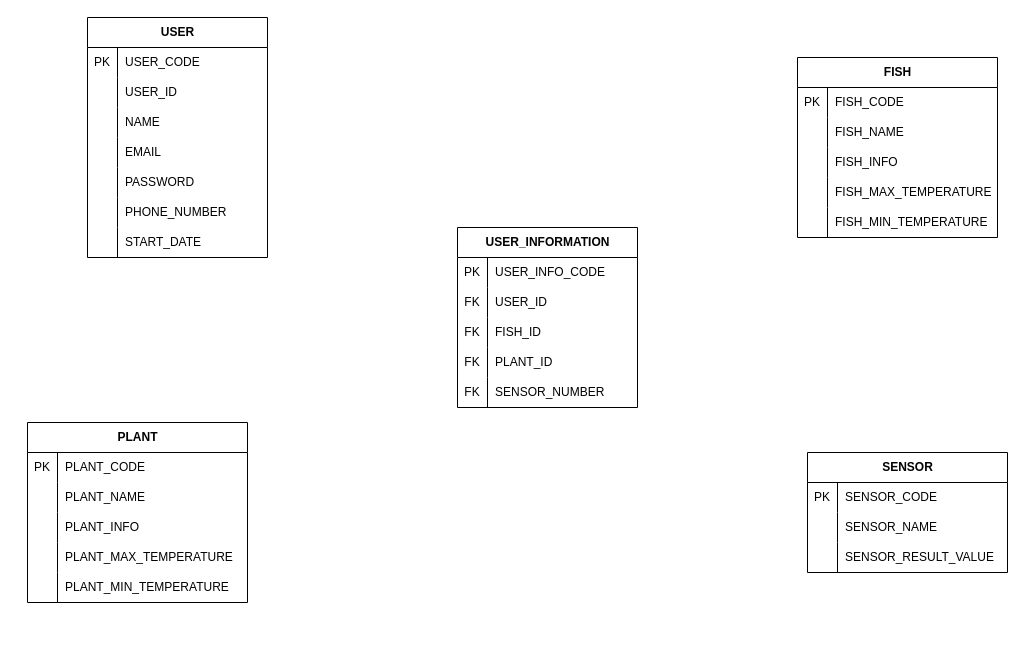
Earlier version of the draw.io diagram 제목 없는 다이어그램.drawio (hayarobyjy/JY_Code). Source tidied: cells renumbered, new cells numbered last; positions are measured from the earlier drawing's top-left corner, leaving out a move shared by most shapes. Both pictures are drawn from the tidied source at 100%, with x=0, y=0 at pixel (27, 17).
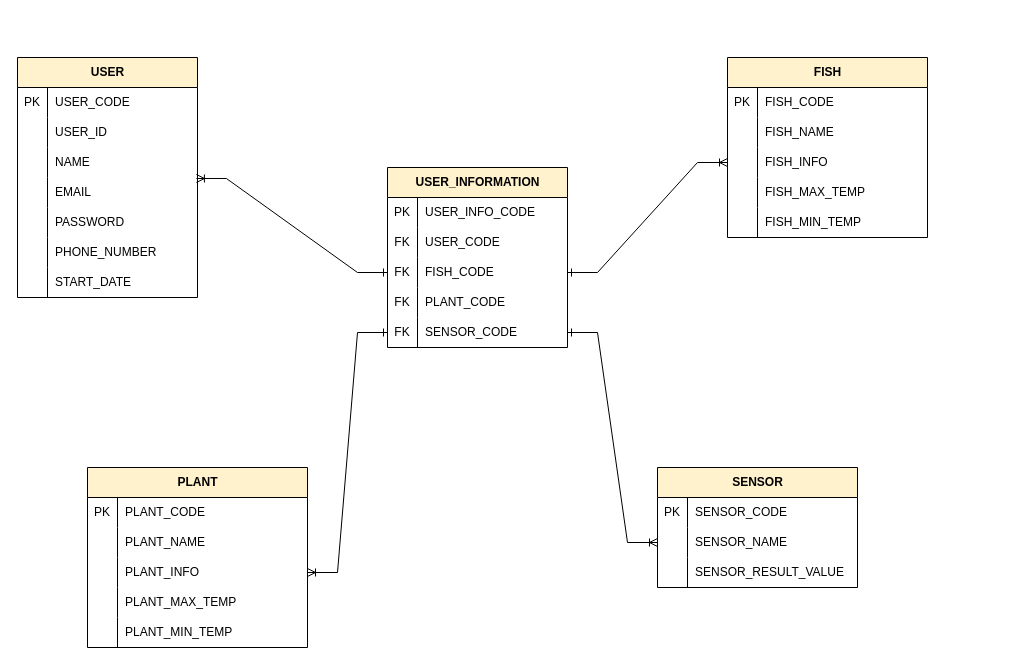
The same diagram, later.

Commit message (it also covers changes not shown here):
제목 없는 다이어그램.drawio 업데이트

Unchanged cells that the change refers to:
```xml
<mxCell id="12" style="shape=tableRow;horizontal=0;startSize=0;swimlaneHead=0;swimlaneBody=0;fillColor=none;points=[[0,0.5],[1,0.5]];portConstraint=eastwest;top=0;left=0;right=0;bottom=0;" parent="2" vertex="1">
  <mxGeometry y="120" width="180" height="30" as="geometry" />
</mxCell>
<mxCell id="31" style="shape=tableRow;horizontal=0;startSize=0;swimlaneHead=0;swimlaneBody=0;fillColor=none;points=[[0,0.5],[1,0.5]];portConstraint=eastwest;top=0;left=0;right=0;bottom=0;" parent="24" vertex="1">
  <mxGeometry y="90" width="220" height="30" as="geometry" />
</mxCell>
<mxCell id="34" style="shape=tableRow;horizontal=0;startSize=0;swimlaneHead=0;swimlaneBody=0;fillColor=none;top=0;left=0;right=0;bottom=0;" parent="24" vertex="1">
  <mxGeometry y="120" width="220" height="30" as="geometry" />
</mxCell>
<mxCell id="37" style="shape=tableRow;horizontal=0;startSize=0;swimlaneHead=0;swimlaneBody=0;fillColor=none;top=0;left=0;right=0;bottom=0;" parent="24" vertex="1">
  <mxGeometry y="150" width="220" height="30" as="geometry" />
</mxCell>
<mxCell id="47" style="shape=tableRow;horizontal=0;startSize=0;swimlaneHead=0;swimlaneBody=0;fillColor=none;points=[[0,0.5],[1,0.5]];portConstraint=eastwest;top=0;left=0;right=0;bottom=0;" parent="40" vertex="1">
  <mxGeometry y="90" width="200" height="30" as="geometry" />
</mxCell>
<mxCell id="50" style="shape=tableRow;horizontal=0;startSize=0;swimlaneHead=0;swimlaneBody=0;fillColor=none;top=0;left=0;right=0;bottom=0;" parent="40" vertex="1">
  <mxGeometry y="120" width="200" height="30" as="geometry" />
</mxCell>
<mxCell id="53" style="shape=tableRow;horizontal=0;startSize=0;swimlaneHead=0;swimlaneBody=0;fillColor=none;top=0;left=0;right=0;bottom=0;" parent="40" vertex="1">
  <mxGeometry y="150" width="200" height="30" as="geometry" />
</mxCell>
<mxCell id="60" style="shape=tableRow;horizontal=0;startSize=0;swimlaneHead=0;swimlaneBody=0;fillColor=none;points=[[0,0.5],[1,0.5]];portConstraint=eastwest;top=0;left=0;right=0;bottom=0;strokeColor=default;" parent="56" vertex="1">
  <mxGeometry y="60" width="200" height="30" as="geometry" />
</mxCell>
<mxCell id="70" style="shape=tableRow;horizontal=0;startSize=0;swimlaneHead=0;swimlaneBody=0;fillColor=none;top=0;left=0;right=0;bottom=0;strokeColor=default;" parent="66" vertex="1">
  <mxGeometry y="60" width="180" height="30" as="geometry" />
</mxCell>
<mxCell id="73" style="shape=tableRow;horizontal=0;startSize=0;swimlaneHead=0;swimlaneBody=0;fillColor=none;points=[[0,0.5],[1,0.5]];portConstraint=eastwest;top=0;left=0;right=0;bottom=0;strokeColor=default;" parent="66" vertex="1">
  <mxGeometry y="90" width="180" height="30" as="geometry" />
</mxCell>
<mxCell id="76" style="shape=tableRow;horizontal=0;startSize=0;swimlaneHead=0;swimlaneBody=0;fillColor=none;top=0;left=0;right=0;bottom=0;strokeColor=default;" parent="66" vertex="1">
  <mxGeometry y="120" width="180" height="30" as="geometry" />
</mxCell>
<mxCell id="79" style="shape=tableRow;horizontal=0;startSize=0;swimlaneHead=0;swimlaneBody=0;fillColor=none;points=[[0,0.5],[1,0.5]];portConstraint=eastwest;top=0;left=0;right=0;bottom=0;" parent="66" vertex="1">
  <mxGeometry y="150" width="180" height="30" as="geometry" />
</mxCell>
```

What changed in the source:
```diff
@@
-    <mxCell id="2" value="USER" style="shape=table;startSize=30;childLayout=tableLayout;rowLines=0;fontStyle=1;align=center;html=1;" parent="1" vertex="1">
-      <mxGeometry x="60" width="180" height="240" as="geometry" />
+    <mxCell id="2" value="USER" style="shape=table;startSize=30;childLayout=tableLayout;rowLines=0;fontStyle=1;align=center;html=1;fillColor=#fff2cc;strokeColor=#000000;" parent="1" vertex="1">
+      <mxGeometry x="-10" y="40" width="180" height="240" as="geometry" />
     </mxCell>
@@
-    <mxCell id="24" value="PLANT" style="shape=table;startSize=30;childLayout=tableLayout;rowLines=0;fontStyle=1;align=center;html=1;strokeColor=default;verticalAlign=middle;strokeWidth=1;swimlaneLine=1;rounded=0;" parent="1" vertex="1">
-      <mxGeometry y="405" width="220" height="180" as="geometry" />
+    <mxCell id="24" value="PLANT" style="shape=table;startSize=30;childLayout=tableLayout;rowLines=0;fontStyle=1;align=center;html=1;strokeColor=#000000;verticalAlign=middle;strokeWidth=1;swimlaneLine=1;rounded=0;fillColor=#fff2cc;" parent="1" vertex="1">
+      <mxGeometry x="60" y="450" width="220" height="180" as="geometry" />
     </mxCell>
@@
-    <mxCell id="36" value="PLANT_MAX_TEMPERATURE" style="shape=partialRectangle;fillColor=none;top=0;left=0;bottom=0;right=0;align=left;spacingLeft=6;overflow=hidden;whiteSpace=wrap;html=1;" parent="34" vertex="1">
+    <mxCell id="36" value="PLANT_MAX_TEMP" style="shape=partialRectangle;fillColor=none;top=0;left=0;bottom=0;right=0;align=left;spacingLeft=6;overflow=hidden;whiteSpace=wrap;html=1;" parent="34" vertex="1">
       <mxGeometry x="30" width="190" height="30" as="geometry" />
     </mxCell>
@@
-    <mxCell id="39" value="PLANT_MIN_TEMPERATURE" style="shape=partialRectangle;fillColor=none;top=0;left=0;bottom=0;right=0;align=left;spacingLeft=6;overflow=hidden;whiteSpace=wrap;html=1;" parent="37" vertex="1">
+    <mxCell id="39" value="PLANT_MIN_TEMP" style="shape=partialRectangle;fillColor=none;top=0;left=0;bottom=0;right=0;align=left;spacingLeft=6;overflow=hidden;whiteSpace=wrap;html=1;" parent="37" vertex="1">
       <mxGeometry x="30" width="190" height="30" as="geometry" />
     </mxCell>
-    <mxCell id="40" value="FISH" style="shape=table;startSize=30;childLayout=tableLayout;rowLines=0;fontStyle=1;align=center;html=1;strokeColor=default;verticalAlign=middle;strokeWidth=1;swimlaneLine=1;rounded=0;" parent="1" vertex="1">
-      <mxGeometry x="770" y="40" width="200" height="180" as="geometry" />
+    <mxCell id="40" value="FISH" style="shape=table;startSize=30;childLayout=tableLayout;rowLines=0;fontStyle=1;align=center;html=1;strokeColor=#000000;verticalAlign=middle;strokeWidth=1;swimlaneLine=1;rounded=0;fillColor=#fff2cc;" parent="1" vertex="1">
+      <mxGeometry x="700" y="40" width="200" height="180" as="geometry" />
     </mxCell>
@@
-    <mxCell id="52" value="FISH_MAX_TEMPERATURE" style="shape=partialRectangle;fillColor=none;top=0;left=0;bottom=0;right=0;align=left;spacingLeft=6;overflow=hidden;whiteSpace=wrap;html=1;" parent="50" vertex="1">
+    <mxCell id="52" value="FISH_MAX_TEMP" style="shape=partialRectangle;fillColor=none;top=0;left=0;bottom=0;right=0;align=left;spacingLeft=6;overflow=hidden;whiteSpace=wrap;html=1;" parent="50" vertex="1">
       <mxGeometry x="30" width="170" height="30" as="geometry" />
     </mxCell>
@@
-    <mxCell id="55" value="FISH_MIN_TEMPERATURE" style="shape=partialRectangle;fillColor=none;top=0;left=0;bottom=0;right=0;align=left;spacingLeft=6;overflow=hidden;whiteSpace=wrap;html=1;" parent="53" vertex="1">
+    <mxCell id="55" value="FISH_MIN_TEMP" style="shape=partialRectangle;fillColor=none;top=0;left=0;bottom=0;right=0;align=left;spacingLeft=6;overflow=hidden;whiteSpace=wrap;html=1;" parent="53" vertex="1">
       <mxGeometry x="30" width="170" height="30" as="geometry" />
     </mxCell>
-    <mxCell id="56" value="SENSOR" style="shape=table;startSize=30;childLayout=tableLayout;rowLines=0;fontStyle=1;align=center;html=1;strokeColor=default;verticalAlign=middle;strokeWidth=1;swimlaneLine=1;rounded=0;" parent="1" vertex="1">
-      <mxGeometry x="780" y="435" width="200" height="120" as="geometry" />
+    <mxCell id="56" value="SENSOR" style="shape=table;startSize=30;childLayout=tableLayout;rowLines=0;fontStyle=1;align=center;html=1;strokeColor=#000000;verticalAlign=middle;strokeWidth=1;swimlaneLine=1;rounded=0;fillColor=#fff2cc;" parent="1" vertex="1">
+      <mxGeometry x="630" y="450" width="200" height="120" as="geometry" />
     </mxCell>
@@
-    <mxCell id="66" value="USER_INFORMATION" style="shape=table;startSize=30;childLayout=tableLayout;rowLines=0;fontStyle=1;align=center;html=1;strokeColor=default;verticalAlign=middle;strokeWidth=1;swimlaneLine=1;rounded=0;" parent="1" vertex="1">
-      <mxGeometry x="430" y="210" width="180" height="180" as="geometry" />
+    <mxCell id="66" value="USER_INFORMATION" style="shape=table;startSize=30;childLayout=tableLayout;rowLines=0;fontStyle=1;align=center;html=1;strokeColor=#000000;verticalAlign=middle;strokeWidth=1;swimlaneLine=1;rounded=0;fillColor=#fff2cc;swimlaneFillColor=default;" parent="1" vertex="1">
+      <mxGeometry x="360" y="150" width="180" height="180" as="geometry" />
     </mxCell>
@@
-    <mxCell id="72" value="USER_ID" style="shape=partialRectangle;fillColor=none;top=0;left=0;bottom=0;right=0;align=left;spacingLeft=6;overflow=hidden;whiteSpace=wrap;html=1;" parent="70" vertex="1">
+    <mxCell id="72" value="USER_CODE" style="shape=partialRectangle;fillColor=none;top=0;left=0;bottom=0;right=0;align=left;spacingLeft=6;overflow=hidden;whiteSpace=wrap;html=1;" parent="70" vertex="1">
       <mxGeometry x="30" width="150" height="30" as="geometry" />
     </mxCell>
@@
-    <mxCell id="75" value="FISH_ID" style="shape=partialRectangle;fillColor=none;top=0;left=0;bottom=0;right=0;align=left;spacingLeft=6;overflow=hidden;whiteSpace=wrap;html=1;" parent="73" vertex="1">
+    <mxCell id="75" value="FISH_CODE" style="shape=partialRectangle;fillColor=none;top=0;left=0;bottom=0;right=0;align=left;spacingLeft=6;overflow=hidden;whiteSpace=wrap;html=1;" parent="73" vertex="1">
       <mxGeometry x="30" width="150" height="30" as="geometry" />
     </mxCell>
@@
-    <mxCell id="78" value="PLANT_ID" style="shape=partialRectangle;fillColor=none;top=0;left=0;bottom=0;right=0;align=left;spacingLeft=6;overflow=hidden;whiteSpace=wrap;html=1;" parent="76" vertex="1">
+    <mxCell id="78" value="PLANT_CODE" style="shape=partialRectangle;fillColor=none;top=0;left=0;bottom=0;right=0;align=left;spacingLeft=6;overflow=hidden;whiteSpace=wrap;html=1;" parent="76" vertex="1">
       <mxGeometry x="30" width="150" height="30" as="geometry" />
     </mxCell>
@@
-    <mxCell id="81" value="SENSOR_NUMBER" style="shape=partialRectangle;fillColor=none;top=0;left=0;bottom=0;right=0;align=left;spacingLeft=6;overflow=hidden;whiteSpace=wrap;html=1;" parent="79" vertex="1">
+    <mxCell id="81" value="SENSOR_CODE" style="shape=partialRectangle;fillColor=none;top=0;left=0;bottom=0;right=0;align=left;spacingLeft=6;overflow=hidden;whiteSpace=wrap;html=1;" parent="79" vertex="1">
       <mxGeometry x="30" width="150" height="30" as="geometry" />
     </mxCell>
+    <mxCell id="82" style="edgeStyle=entityRelationEdgeStyle;fontSize=12;html=1;endArrow=ERoneToMany;rounded=0;entryX=0.994;entryY=0.033;entryDx=0;entryDy=0;entryPerimeter=0;exitX=0;exitY=0.5;exitDx=0;exitDy=0;startArrow=ERone;startFill=0;" parent="1" edge="1" source="73" target="12">
+      <mxGeometry relative="1" as="geometry" />
+    </mxCell>
+    <mxCell id="83" style="edgeStyle=entityRelationEdgeStyle;fontSize=12;html=1;endArrow=ERoneToMany;rounded=0;entryX=1;entryY=0.5;entryDx=0;entryDy=0;startArrow=ERone;startFill=0;exitX=0;exitY=0.5;exitDx=0;exitDy=0;" parent="1" edge="1" source="79" target="31">
+      <mxGeometry relative="1" as="geometry">
+        <Array as="points">
+          <mxPoint x="378" y="443.2" />
+          <mxPoint x="554" y="563.2" />
+          <mxPoint x="548" y="473.2" />
+          <mxPoint x="538" y="493.2" />
+        </Array>
+      </mxGeometry>
+    </mxCell>
+    <mxCell id="84" style="edgeStyle=entityRelationEdgeStyle;fontSize=12;html=1;endArrow=ERoneToMany;rounded=0;entryX=0;entryY=0.5;entryDx=0;entryDy=0;startArrow=ERone;startFill=0;exitX=1;exitY=0.5;exitDx=0;exitDy=0;" parent="1" edge="1" source="73" target="47">
+      <mxGeometry relative="1" as="geometry">
+        <Array as="points">
+          <mxPoint x="678" y="68.2" />
+          <mxPoint x="854" y="188.2" />
+          <mxPoint x="848" y="98.2" />
+          <mxPoint x="838" y="118.2" />
+        </Array>
+      </mxGeometry>
+    </mxCell>
+    <mxCell id="85" style="edgeStyle=entityRelationEdgeStyle;fontSize=12;html=1;endArrow=ERoneToMany;rounded=0;entryX=0;entryY=0.5;entryDx=0;entryDy=0;startArrow=ERone;startFill=0;exitX=1;exitY=0.5;exitDx=0;exitDy=0;" parent="1" edge="1" source="79" target="60">
+      <mxGeometry relative="1" as="geometry">
+        <Array as="points">
+          <mxPoint x="1048" y="338.2" />
+          <mxPoint x="1224" y="458.2" />
+          <mxPoint x="1218" y="368.2" />
+          <mxPoint x="1208" y="388.2" />
+        </Array>
+      </mxGeometry>
+    </mxCell>
```
